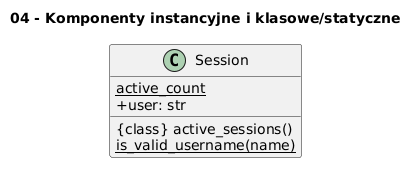
Before: src/_04-classes/04-instance-vs-class-members/diagrams/topic_04.png, a diagram exported from PlantUML (tborzyszkowski/python-programming). Source of this version:
```plantuml
@startuml
skinparam classAttributeIconSize 0
        title 04 - Komponenty instancyjne i klasowe/statyczne
        class Session {
  {static} active_count
  +user: str
  {class} active_sessions()
  {static} is_valid_username(name)
}
@enduml
```
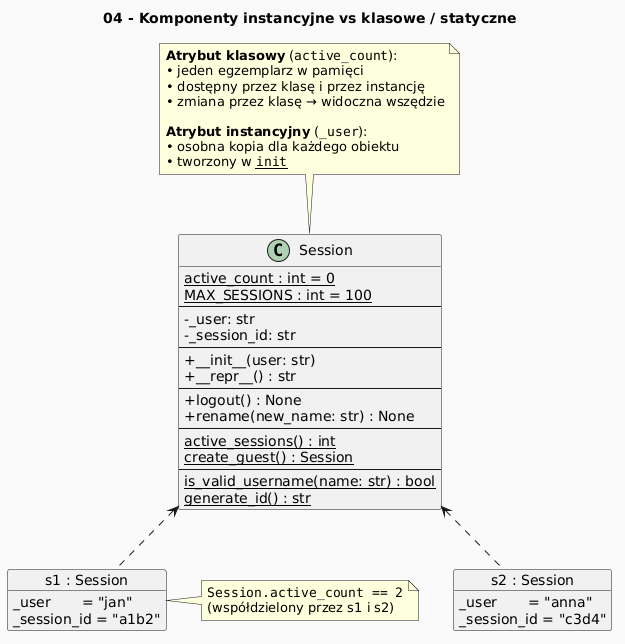
After the change.

Diff of the diagram source:
```diff
@@ -1,10 +1,54 @@
 @startuml
 skinparam classAttributeIconSize 0
-        title 04 - Komponenty instancyjne i klasowe/statyczne
-        class Session {
-  {static} active_count
-  +user: str
-  {class} active_sessions()
-  {static} is_valid_username(name)
+skinparam backgroundColor #FAFAFA
+title 04 - Komponenty instancyjne vs klasowe / statyczne
+
+class Session {
+  {static} active_count : int = 0
+  {static} MAX_SESSIONS : int = 100
+  --
+  - _user: str
+  - _session_id: str
+  --
+  + __init__(user: str)
+  + __repr__() : str
+  --
+  + logout() : None
+  + rename(new_name: str) : None
+  --
+  {classifier} active_sessions() : int
+  {classifier} create_guest() : Session
+  --
+  {static} is_valid_username(name: str) : bool
+  {static} generate_id() : str
 }
+
+note top of Session
+  **Atrybut klasowy** (""active_count""):
+  • jeden egzemplarz w pamięci
+  • dostępny przez klasę i przez instancję
+  • zmiana przez klasę → widoczna wszędzie
+
+  **Atrybut instancyjny** (""_user""):
+  • osobna kopia dla każdego obiektu
+  • tworzony w ""__init__""
+end note
+
+object "s1 : Session" as s1 {
+  _user       = "jan"
+  _session_id = "a1b2"
+}
+
+object "s2 : Session" as s2 {
+  _user       = "anna"
+  _session_id = "c3d4"
+}
+
+Session <.. s1
+Session <.. s2
+
+note right of s1
+  ""Session.active_count == 2""
+  (współdzielony przez s1 i s2)
+end note
 @enduml
```
